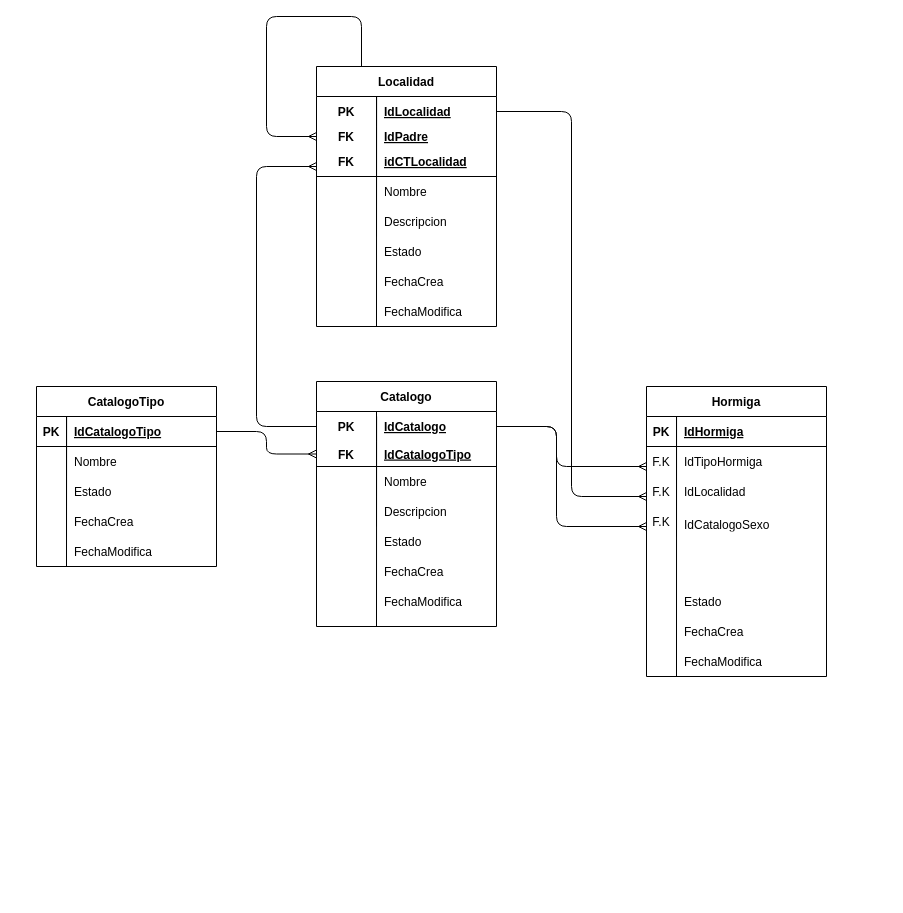
Earlier version of the draw.io diagram desing/MERProyecto.drawio (venuzBG/SOEcuaFauna2k24A). Source tidied: cells renumbered, new cells numbered last; positions are measured from the earlier drawing's top-left corner, leaving out a move shared by most shapes. Both pictures are drawn from the tidied source at 100%, with x=0, y=0 at pixel (36, 16).
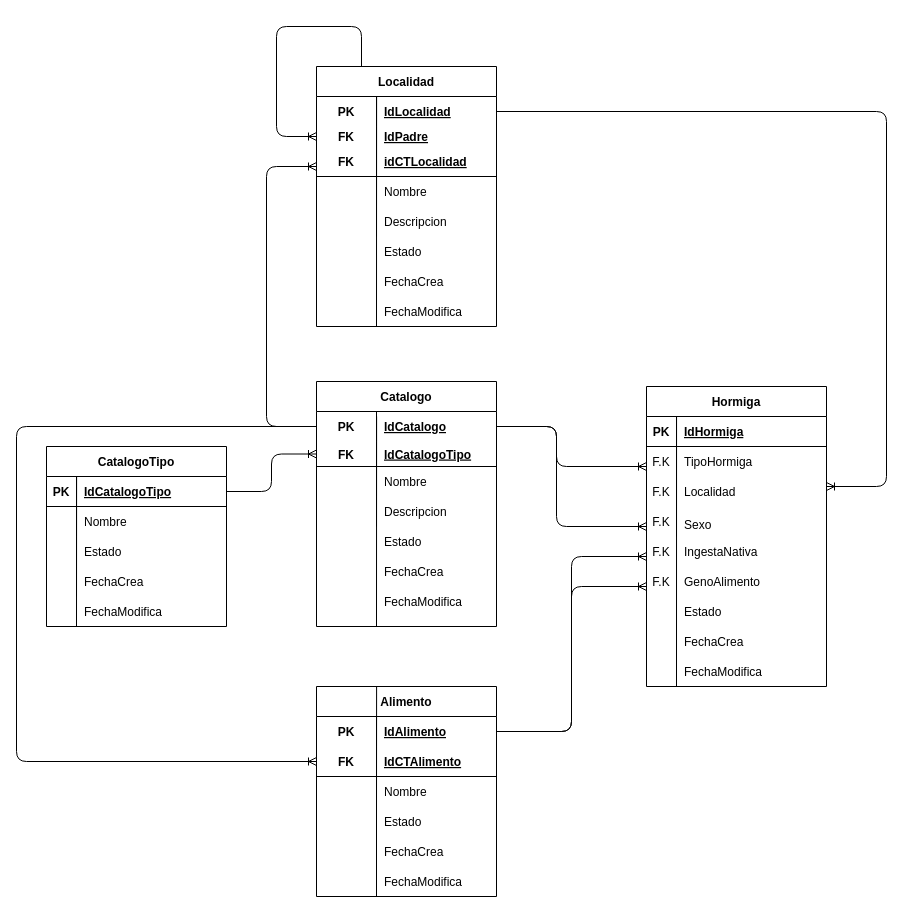
The same diagram, later.

Unchanged cells that the change refers to:
```xml
<mxCell id="3" style="shape=tableRow;horizontal=0;startSize=0;swimlaneHead=0;swimlaneBody=0;fillColor=none;points=[[0,0.5],[1,0.5]];portConstraint=eastwest;top=0;left=0;right=0;bottom=1;" parent="2" vertex="1">
  <mxGeometry y="30" width="180" height="30" as="geometry" />
</mxCell>
<mxCell id="6" style="shape=tableRow;horizontal=0;startSize=0;swimlaneHead=0;swimlaneBody=0;fillColor=none;top=0;left=0;right=0;bottom=0;" parent="2" vertex="1">
  <mxGeometry y="60" width="180" height="30" as="geometry" />
</mxCell>
<mxCell id="21" style="shape=tableRow;horizontal=0;startSize=0;swimlaneHead=0;swimlaneBody=0;fillColor=none;points=[[0,0.5],[1,0.5]];portConstraint=eastwest;top=0;left=0;right=0;bottom=1;" parent="20" vertex="1">
  <mxGeometry y="30" width="180" height="30" as="geometry" />
</mxCell>
<mxCell id="34" style="shape=tableRow;horizontal=0;startSize=0;swimlaneHead=0;swimlaneBody=0;fillColor=none;points=[[0,0.5],[1,0.5]];portConstraint=eastwest;top=0;left=0;right=0;bottom=0;" parent="33" vertex="1">
  <mxGeometry y="30" width="180" height="30" as="geometry" />
</mxCell>
<mxCell id="37" style="shape=tableRow;horizontal=0;startSize=0;swimlaneHead=0;swimlaneBody=0;fillColor=none;points=[[0,0.5],[1,0.5]];portConstraint=eastwest;top=0;left=0;right=0;bottom=1;" parent="33" vertex="1">
  <mxGeometry y="60" width="180" height="25" as="geometry" />
</mxCell>
<mxCell id="57" value="Localidad" style="shape=table;startSize=30;childLayout=tableLayout;rowLines=0;fontStyle=1;align=center;" parent="1" vertex="1">
  <mxGeometry x="280" y="50" width="180" height="260" as="geometry" />
</mxCell>
<mxCell id="58" style="shape=tableRow;horizontal=0;startSize=0;swimlaneHead=0;swimlaneBody=0;fillColor=none;points=[[0,0.5],[1,0.5]];portConstraint=eastwest;top=0;left=0;right=0;bottom=0;" parent="57" vertex="1">
  <mxGeometry y="30" width="180" height="30" as="geometry" />
</mxCell>
```

The edit, as a diff of the source:
```diff
@@
     <mxCell id="2" value="Hormiga" style="shape=table;startSize=30;childLayout=tableLayout;rowLines=0;fontStyle=1;align=center;" parent="1" vertex="1">
-      <mxGeometry x="610" y="370" width="180" height="290" as="geometry" />
+      <mxGeometry x="610" y="370" width="180" height="300" as="geometry" />
     </mxCell>
@@
-    <mxCell id="8" value="IdTipoHormiga" style="shape=partialRectangle;fillColor=none;top=0;left=0;bottom=0;right=0;align=left;spacingLeft=6;overflow=hidden;" parent="6" vertex="1">
+    <mxCell id="8" value="TipoHormiga" style="shape=partialRectangle;fillColor=none;top=0;left=0;bottom=0;right=0;align=left;spacingLeft=6;overflow=hidden;" parent="6" vertex="1">
       <mxGeometry x="30" width="150" height="30" as="geometry" />
     </mxCell>
@@
-    <mxCell id="15" value="IdCatalogoSexo" style="shape=partialRectangle;fillColor=none;top=0;left=0;bottom=0;right=0;align=left;spacingLeft=6;overflow=hidden;" parent="1" vertex="1">
+    <mxCell id="15" value="Sexo" style="shape=partialRectangle;fillColor=none;top=0;left=0;bottom=0;right=0;align=left;spacingLeft=6;overflow=hidden;" parent="1" vertex="1">
       <mxGeometry x="640" y="500" width="140" height="15" as="geometry" />
     </mxCell>
-    <mxCell id="16" value="IdLocalidad" style="shape=partialRectangle;fillColor=none;top=0;left=0;bottom=0;right=0;align=left;spacingLeft=6;overflow=hidden;" parent="1" vertex="1">
+    <mxCell id="16" value="Localidad" style="shape=partialRectangle;fillColor=none;top=0;left=0;bottom=0;right=0;align=left;spacingLeft=6;overflow=hidden;" parent="1" vertex="1">
       <mxGeometry x="640" y="460" width="150" height="30" as="geometry" />
     </mxCell>
     <mxCell id="17" style="endArrow=none;html=1;rounded=0;exitX=0.167;exitY=0;exitDx=0;exitDy=0;exitPerimeter=0;" parent="1" edge="1" source="3">
       <mxGeometry relative="1" as="geometry">
-        <mxPoint x="640" y="660" as="targetPoint" />
+        <mxPoint x="640" y="670" as="targetPoint" />
       </mxGeometry>
     </mxCell>
@@
     <mxCell id="20" value="CatalogoTipo" style="shape=table;startSize=30;childLayout=tableLayout;rowLines=0;fontStyle=1;align=center;" parent="1" vertex="1">
-      <mxGeometry y="370" width="180" height="180" as="geometry" />
+      <mxGeometry x="10" y="430" width="180" height="180" as="geometry" />
     </mxCell>
@@
     <mxCell id="46" value="Estado" style="shape=partialRectangle;fillColor=none;top=0;left=0;bottom=0;right=0;align=left;spacingLeft=6;overflow=hidden;" parent="1" vertex="1">
-      <mxGeometry x="640" y="570" width="150" height="30" as="geometry" />
+      <mxGeometry x="640" y="580" width="150" height="30" as="geometry" />
     </mxCell>
     <mxCell id="47" value="FechaCrea" style="shape=partialRectangle;fillColor=none;top=0;left=0;bottom=0;right=0;align=left;spacingLeft=6;overflow=hidden;" parent="1" vertex="1">
-      <mxGeometry x="640" y="600" width="150" height="30" as="geometry" />
+      <mxGeometry x="640" y="610" width="150" height="30" as="geometry" />
     </mxCell>
     <mxCell id="48" value="FechaModifica" style="shape=partialRectangle;fillColor=none;top=0;left=0;bottom=0;right=0;align=left;spacingLeft=6;overflow=hidden;" parent="1" vertex="1">
-      <mxGeometry x="640" y="630" width="150" height="30" as="geometry" />
+      <mxGeometry x="640" y="640" width="150" height="30" as="geometry" />
     </mxCell>
@@
     <mxCell id="53" value="Estado" style="shape=partialRectangle;fillColor=none;top=0;left=0;bottom=0;right=0;align=left;spacingLeft=6;overflow=hidden;" parent="1" vertex="1">
-      <mxGeometry x="30" y="460" width="120" height="30" as="geometry" />
+      <mxGeometry x="40" y="520" width="120" height="30" as="geometry" />
     </mxCell>
     <mxCell id="54" value="FechaCrea" style="shape=partialRectangle;fillColor=none;top=0;left=0;bottom=0;right=0;align=left;spacingLeft=6;overflow=hidden;" parent="1" vertex="1">
-      <mxGeometry x="30" y="490" width="110" height="30" as="geometry" />
+      <mxGeometry x="40" y="550" width="110" height="30" as="geometry" />
     </mxCell>
     <mxCell id="55" value="FechaModifica" style="shape=partialRectangle;fillColor=none;top=0;left=0;bottom=0;right=0;align=left;spacingLeft=6;overflow=hidden;" parent="1" vertex="1">
-      <mxGeometry x="30" y="520" width="120" height="30" as="geometry" />
+      <mxGeometry x="40" y="580" width="120" height="30" as="geometry" />
     </mxCell>
     <mxCell id="56" style="endArrow=none;html=1;rounded=0;exitX=0.167;exitY=0;exitDx=0;exitDy=0;exitPerimeter=0;" parent="1" edge="1">
       <mxGeometry relative="1" as="geometry">
-        <mxPoint x="30.1" y="400" as="sourcePoint" />
-        <mxPoint x="30" y="550" as="targetPoint" />
+        <mxPoint x="40.1" y="460" as="sourcePoint" />
+        <mxPoint x="40" y="610" as="targetPoint" />
       </mxGeometry>
     </mxCell>
@@
+    <mxCell id="82" style="shape=partialRectangle;fillColor=none;top=0;left=0;bottom=0;right=0;align=left;spacingLeft=6;overflow=hidden;" parent="1" vertex="1">
+      <mxGeometry x="670" y="240" width="120" height="30" as="geometry" />
+    </mxCell>
+    <mxCell id="84" value="F.K" style="shape=partialRectangle;fillColor=none;top=0;left=0;bottom=0;right=0;overflow=hidden;" parent="1" vertex="1">
+      <mxGeometry x="610" y="490" width="30" height="30" as="geometry" />
+    </mxCell>
+    <mxCell id="86" value="Alimento" style="shape=table;startSize=30;childLayout=tableLayout;rowLines=0;fontStyle=1;align=center;" parent="1" vertex="1">
+      <mxGeometry x="280" y="670" width="180" height="210" as="geometry" />
+    </mxCell>
+    <mxCell id="87" style="shape=tableRow;horizontal=0;startSize=0;swimlaneHead=0;swimlaneBody=0;fillColor=none;points=[[0,0.5],[1,0.5]];portConstraint=eastwest;top=0;left=0;right=0;bottom=0;" parent="86" vertex="1">
+      <mxGeometry y="30" width="180" height="30" as="geometry" />
+    </mxCell>
+    <mxCell id="88" value="PK" style="shape=partialRectangle;fillColor=none;top=0;left=0;bottom=0;right=0;fontStyle=1;overflow=hidden;" parent="87" vertex="1">
+      <mxGeometry width="60" height="30" as="geometry" />
+    </mxCell>
+    <mxCell id="89" value="IdAlimento" style="shape=partialRectangle;fillColor=none;top=0;left=0;bottom=0;right=0;align=left;spacingLeft=6;fontStyle=5;overflow=hidden;" parent="87" vertex="1">
+      <mxGeometry x="60" width="120" height="30" as="geometry" />
+    </mxCell>
+    <mxCell id="90" style="shape=tableRow;horizontal=0;startSize=0;swimlaneHead=0;swimlaneBody=0;fillColor=none;points=[[0,0.5],[1,0.5]];portConstraint=eastwest;top=0;left=0;right=0;bottom=1;" parent="86" vertex="1">
+      <mxGeometry y="60" width="180" height="30" as="geometry" />
+    </mxCell>
+    <mxCell id="91" value="FK" style="shape=partialRectangle;fillColor=none;top=0;left=0;bottom=0;right=0;fontStyle=1;overflow=hidden;" parent="90" vertex="1">
+      <mxGeometry width="60" height="30" as="geometry" />
+    </mxCell>
+    <mxCell id="92" value="IdCTAlimento" style="shape=partialRectangle;fillColor=none;top=0;left=0;bottom=0;right=0;align=left;spacingLeft=6;fontStyle=5;overflow=hidden;" parent="90" vertex="1">
+      <mxGeometry x="60" width="120" height="30" as="geometry" />
+    </mxCell>
+    <mxCell id="93" style="shape=tableRow;horizontal=0;startSize=0;swimlaneHead=0;swimlaneBody=0;fillColor=none;top=0;left=0;right=0;bottom=0;" parent="86" vertex="1">
+      <mxGeometry y="90" width="180" height="30" as="geometry" />
+    </mxCell>
+    <mxCell id="94" style="shape=partialRectangle;fillColor=none;top=0;left=0;bottom=0;right=0;overflow=hidden;" parent="93" vertex="1">
+      <mxGeometry width="60" height="30" as="geometry" />
+    </mxCell>
+    <mxCell id="95" value="Nombre" style="shape=partialRectangle;fillColor=none;top=0;left=0;bottom=0;right=0;align=left;spacingLeft=6;overflow=hidden;" parent="93" vertex="1">
+      <mxGeometry x="60" width="120" height="30" as="geometry" />
+    </mxCell>
+    <mxCell id="96" style="shape=tableRow;horizontal=0;startSize=0;swimlaneHead=0;swimlaneBody=0;fillColor=none;top=0;left=0;right=0;bottom=0;" parent="86" vertex="1">
+      <mxGeometry y="120" width="180" height="30" as="geometry" />
+    </mxCell>
+    <mxCell id="97" style="shape=partialRectangle;fillColor=none;top=0;left=0;bottom=0;right=0;overflow=hidden;" parent="96" vertex="1">
+      <mxGeometry width="60" height="30" as="geometry" />
+    </mxCell>
+    <mxCell id="98" value="Estado" style="shape=partialRectangle;fillColor=none;top=0;left=0;bottom=0;right=0;align=left;spacingLeft=6;overflow=hidden;" parent="96" vertex="1">
+      <mxGeometry x="60" width="120" height="30" as="geometry" />
+    </mxCell>
+    <mxCell id="99" value="FechaCrea" style="shape=partialRectangle;fillColor=none;top=0;left=0;bottom=0;right=0;align=left;spacingLeft=6;overflow=hidden;" parent="1" vertex="1">
+      <mxGeometry x="340" y="820" width="120" height="30" as="geometry" />
+    </mxCell>
+    <mxCell id="100" value="FechaModifica" style="shape=partialRectangle;fillColor=none;top=0;left=0;bottom=0;right=0;align=left;spacingLeft=6;overflow=hidden;" parent="1" vertex="1">
+      <mxGeometry x="340" y="850" width="120" height="30" as="geometry" />
+    </mxCell>
+    <mxCell id="101" style="endArrow=none;html=1;rounded=0;exitX=0.167;exitY=0;exitDx=0;exitDy=0;exitPerimeter=0;" parent="1" edge="1">
+      <mxGeometry relative="1" as="geometry">
+        <mxPoint x="340.1" y="670" as="sourcePoint" />
+        <mxPoint x="340" y="880" as="targetPoint" />
+        <Array as="points">
+          <mxPoint x="340" y="810" />
+        </Array>
+      </mxGeometry>
+    </mxCell>
+    <mxCell id="102" value="F.K" style="shape=partialRectangle;fillColor=none;top=0;left=0;bottom=0;right=0;overflow=hidden;" parent="1" vertex="1">
+      <mxGeometry x="610" y="520" width="30" height="30" as="geometry" />
+    </mxCell>
+    <mxCell id="103" value="F.K" style="shape=partialRectangle;fillColor=none;top=0;left=0;bottom=0;right=0;overflow=hidden;" parent="1" vertex="1">
+      <mxGeometry x="610" y="550" width="30" height="30" as="geometry" />
+    </mxCell>
+    <mxCell id="104" value="GenoAlimento" style="shape=partialRectangle;fillColor=none;top=0;left=0;bottom=0;right=0;align=left;spacingLeft=6;overflow=hidden;" parent="1" vertex="1">
+      <mxGeometry x="640" y="550" width="150" height="30" as="geometry" />
+    </mxCell>
+    <mxCell id="105" value="IngestaNativa" style="shape=partialRectangle;fillColor=none;top=0;left=0;bottom=0;right=0;align=left;spacingLeft=6;overflow=hidden;" parent="1" vertex="1">
+      <mxGeometry x="640" y="520" width="150" height="30" as="geometry" />
+    </mxCell>
+    <mxCell id="106" style="edgeStyle=elbowEdgeStyle;fontSize=12;html=1;endArrow=ERoneToMany;exitX=1;exitY=0.5;exitDx=0;exitDy=0;" parent="1" edge="1" source="87">
+      <mxGeometry relative="1" as="geometry">
+        <mxPoint x="610" y="540" as="targetPoint" />
+      </mxGeometry>
+    </mxCell>
+    <mxCell id="107" style="edgeStyle=elbowEdgeStyle;fontSize=12;html=1;endArrow=ERoneToMany;exitX=1;exitY=0.5;exitDx=0;exitDy=0;" parent="1" edge="1" source="87">
+      <mxGeometry relative="1" as="geometry">
+        <mxPoint x="610" y="570" as="targetPoint" />
+      </mxGeometry>
+    </mxCell>
-    <mxCell id="78" style="edgeStyle=elbowEdgeStyle;fontSize=12;html=1;endArrow=ERmany;exitX=1;exitY=0.5;exitDx=0;exitDy=0;entryX=0;entryY=0.5;entryDx=0;entryDy=0;" parent="1" edge="1" source="21" target="37">
+    <mxCell id="78" style="edgeStyle=elbowEdgeStyle;fontSize=12;html=1;endArrow=ERoneToMany;exitX=1;exitY=0.5;exitDx=0;exitDy=0;entryX=0;entryY=0.5;entryDx=0;entryDy=0;" parent="1" edge="1" source="21" target="37">
       <mxGeometry relative="1" as="geometry" />
     </mxCell>
-    <mxCell id="79" style="edgeStyle=orthogonalEdgeStyle;fontSize=12;html=1;endArrow=ERmany;exitX=0;exitY=0.5;exitDx=0;exitDy=0;" parent="1" edge="1" source="34">
-      <mxGeometry relative="1" as="geometry">
-        <mxPoint x="280" y="150" as="targetPoint" />
-        <Array as="points">
-          <mxPoint x="220" y="410" />
-          <mxPoint x="220" y="150" />
-        </Array>
-      </mxGeometry>
-    </mxCell>
-    <mxCell id="80" style="edgeStyle=elbowEdgeStyle;fontSize=12;html=1;endArrow=ERmany;exitX=1;exitY=0.5;exitDx=0;exitDy=0;" parent="1" edge="1" source="58">
-      <mxGeometry relative="1" as="geometry">
-        <mxPoint x="610" y="480" as="targetPoint" />
-      </mxGeometry>
-    </mxCell>
-    <mxCell id="81" style="edgeStyle=elbowEdgeStyle;fontSize=12;html=1;endArrow=ERmany;exitX=1;exitY=0.5;exitDx=0;exitDy=0;" parent="1" edge="1" source="34">
-      <mxGeometry relative="1" as="geometry">
-        <mxPoint x="610" y="510" as="targetPoint" />
-        <Array as="points">
-          <mxPoint x="520" y="480" />
-        </Array>
-      </mxGeometry>
-    </mxCell>
-    <mxCell id="82" style="shape=partialRectangle;fillColor=none;top=0;left=0;bottom=0;right=0;align=left;spacingLeft=6;overflow=hidden;" parent="1" vertex="1">
-      <mxGeometry x="670" y="240" width="120" height="30" as="geometry" />
-    </mxCell>
-    <mxCell id="83" style="edgeStyle=orthogonalEdgeStyle;fontSize=12;html=1;endArrow=ERmany;exitX=0.25;exitY=0;exitDx=0;exitDy=0;" parent="1" edge="1" source="57">
-      <mxGeometry relative="1" as="geometry">
-        <mxPoint x="280" y="120" as="targetPoint" />
-        <Array as="points">
-          <mxPoint x="325" />
-          <mxPoint x="230" />
-          <mxPoint x="230" y="120" />
-        </Array>
-      </mxGeometry>
-    </mxCell>
-    <mxCell id="84" value="F.K" style="shape=partialRectangle;fillColor=none;top=0;left=0;bottom=0;right=0;overflow=hidden;" parent="1" vertex="1">
-      <mxGeometry x="610" y="490" width="30" height="30" as="geometry" />
-    </mxCell>
-    <mxCell id="85" style="edgeStyle=elbowEdgeStyle;fontSize=12;html=1;endArrow=ERmany;exitX=1;exitY=0.5;exitDx=0;exitDy=0;" parent="1" edge="1" source="34">
-      <mxGeometry relative="1" as="geometry">
-        <mxPoint x="610" y="450" as="targetPoint" />
-        <Array as="points">
-          <mxPoint x="520" y="420" />
-        </Array>
-      </mxGeometry>
-    </mxCell>
+    <mxCell id="108" style="edgeStyle=orthogonalEdgeStyle;fontSize=12;html=1;endArrow=ERoneToMany;exitX=0;exitY=0.5;exitDx=0;exitDy=0;entryX=0;entryY=0.5;entryDx=0;entryDy=0;" parent="1" edge="1" source="34" target="90">
+      <mxGeometry relative="1" as="geometry">
+        <Array as="points">
+          <mxPoint x="-20" y="410" />
+          <mxPoint x="-20" y="745" />
+        </Array>
+      </mxGeometry>
+    </mxCell>
+    <mxCell id="109" style="edgeStyle=orthogonalEdgeStyle;fontSize=12;html=1;endArrow=ERoneToMany;exitX=0;exitY=0.5;exitDx=0;exitDy=0;" parent="1" edge="1" source="34">
+      <mxGeometry relative="1" as="geometry">
+        <mxPoint x="280" y="150" as="targetPoint" />
+        <Array as="points">
+          <mxPoint x="230" y="410" />
+          <mxPoint x="230" y="150" />
+        </Array>
+      </mxGeometry>
+    </mxCell>
+    <mxCell id="110" style="edgeStyle=orthogonalEdgeStyle;fontSize=12;html=1;endArrow=ERoneToMany;exitX=0.25;exitY=0;exitDx=0;exitDy=0;" parent="1" edge="1" source="57">
+      <mxGeometry relative="1" as="geometry">
+        <mxPoint x="280" y="120" as="targetPoint" />
+        <Array as="points">
+          <mxPoint x="325" y="10" />
+          <mxPoint x="240" y="10" />
+          <mxPoint x="240" y="120" />
+        </Array>
+      </mxGeometry>
+    </mxCell>
+    <mxCell id="111" style="edgeStyle=orthogonalEdgeStyle;fontSize=12;html=1;endArrow=ERoneToMany;exitX=1;exitY=0.5;exitDx=0;exitDy=0;" parent="1" edge="1" source="34">
+      <mxGeometry relative="1" as="geometry">
+        <mxPoint x="610" y="450" as="targetPoint" />
+        <Array as="points">
+          <mxPoint x="520" y="410" />
+          <mxPoint x="520" y="450" />
+        </Array>
+      </mxGeometry>
+    </mxCell>
+    <mxCell id="112" style="edgeStyle=orthogonalEdgeStyle;fontSize=12;html=1;endArrow=ERoneToMany;exitX=1;exitY=0.5;exitDx=0;exitDy=0;" parent="1" edge="1" source="34">
+      <mxGeometry relative="1" as="geometry">
+        <mxPoint x="610" y="510" as="targetPoint" />
+        <Array as="points">
+          <mxPoint x="520" y="410" />
+          <mxPoint x="520" y="510" />
+        </Array>
+      </mxGeometry>
+    </mxCell>
+    <mxCell id="113" style="edgeStyle=elbowEdgeStyle;fontSize=12;html=1;endArrow=ERoneToMany;exitX=1;exitY=0.5;exitDx=0;exitDy=0;" parent="1" edge="1" source="58">
+      <mxGeometry relative="1" as="geometry">
+        <mxPoint x="790" y="470" as="targetPoint" />
+        <Array as="points">
+          <mxPoint x="850" y="280" />
+          <mxPoint x="900" y="310" />
+        </Array>
+      </mxGeometry>
+    </mxCell>
```
